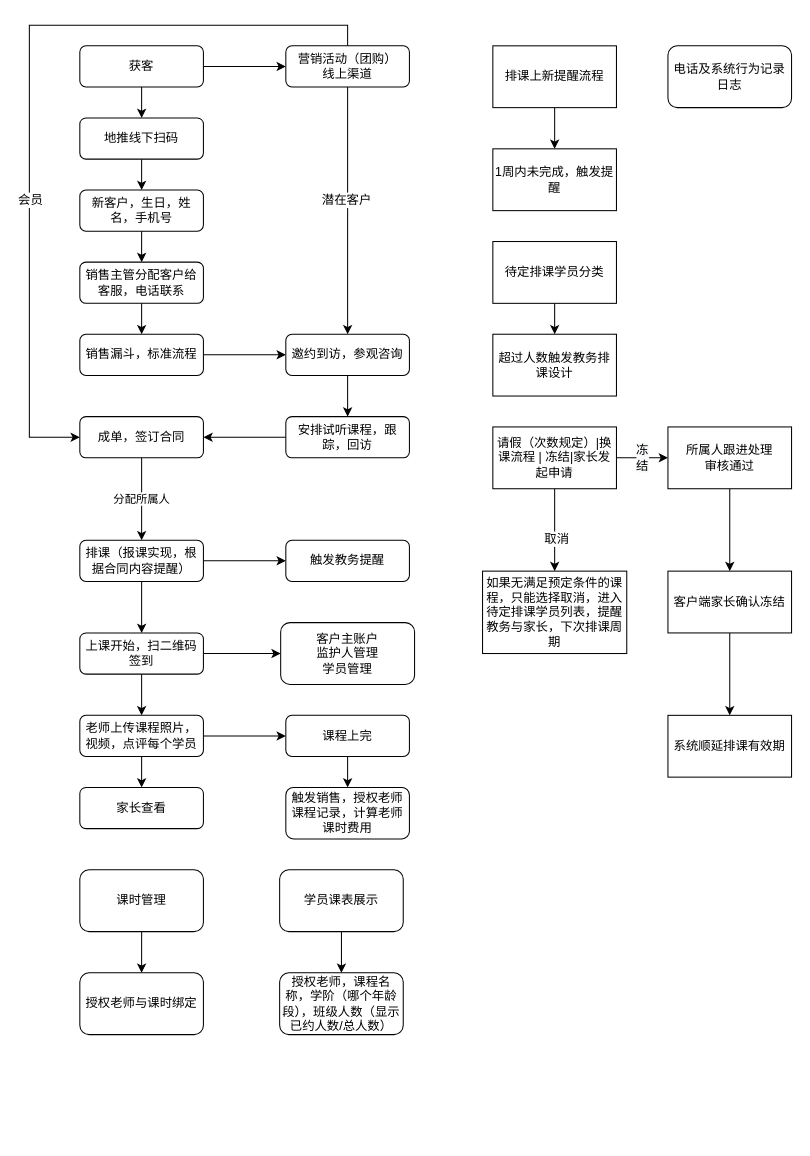
Earlier version of the draw.io diagram 木林_消费者流程.drawio (xiaoxijin/draw). Source tidied: cells renumbered, new cells numbered last; positions are measured from the earlier drawing's top-left corner, leaving out a move shared by most shapes. Both pictures are drawn from the tidied source at 103%, with x=0, y=0 at pixel (29, 25).
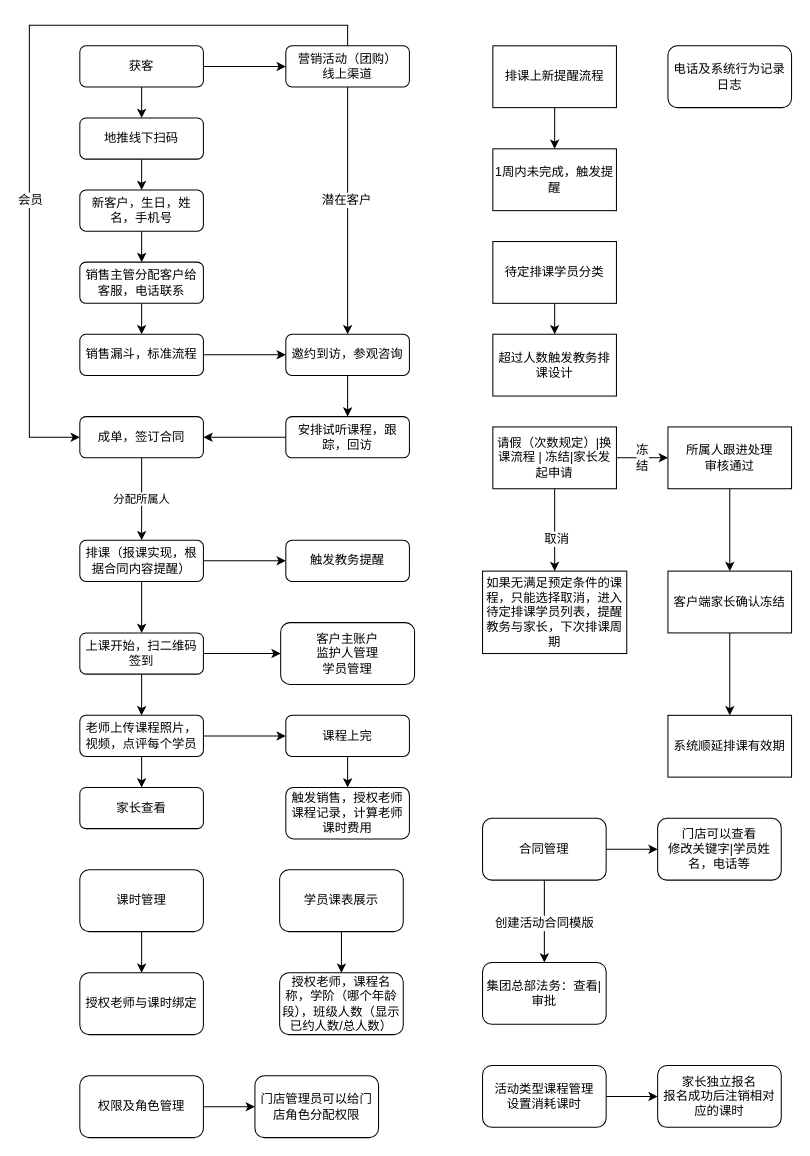
The same page after the edit.

Commit message:
更新木林_消费者流程.drawio

Change to the diagram source:
```diff
@@
+    <mxCell id="63" style="edgeStyle=orthogonalEdgeStyle;rounded=0;jettySize=auto;html=1;" parent="1" edge="1" source="66" target="68">
+      <mxGeometry relative="1" as="geometry" />
+    </mxCell>
+    <mxCell id="64" value="创建活动合同模版" style="text;html=1;align=center;verticalAlign=middle;labelBackgroundColor=#ffffff;" parent="63" vertex="1">
+      <mxGeometry x="0.03" y="-1" relative="1" as="geometry" />
+    </mxCell>
+    <mxCell id="65" style="edgeStyle=orthogonalEdgeStyle;rounded=0;jettySize=auto;html=1;" parent="1" edge="1" source="66" target="67">
+      <mxGeometry relative="1" as="geometry" />
+    </mxCell>
+    <mxCell id="66" value="合同管理" style="rounded=1;whiteSpace=wrap;html=1;" parent="1" vertex="1">
+      <mxGeometry x="440" y="770" width="120" height="60" as="geometry" />
+    </mxCell>
+    <mxCell id="67" value="门店可以查看&lt;br&gt;修改关键字|学员姓名，电话等" style="rounded=1;whiteSpace=wrap;html=1;" parent="1" vertex="1">
+      <mxGeometry x="610" y="770" width="120" height="60" as="geometry" />
+    </mxCell>
+    <mxCell id="68" value="集团总部法务：查看| 审批" style="rounded=1;whiteSpace=wrap;html=1;" parent="1" vertex="1">
+      <mxGeometry x="440" y="910" width="120" height="60" as="geometry" />
+    </mxCell>
+    <mxCell id="69" style="edgeStyle=orthogonalEdgeStyle;rounded=0;jettySize=auto;html=1;" parent="1" edge="1" source="70" target="71">
+      <mxGeometry relative="1" as="geometry" />
+    </mxCell>
+    <mxCell id="70" value="权限及角色管理" style="rounded=1;whiteSpace=wrap;html=1;" parent="1" vertex="1">
+      <mxGeometry x="49" y="1020" width="120" height="60" as="geometry" />
+    </mxCell>
+    <mxCell id="71" value="门店管理员可以给门店角色分配权限" style="rounded=1;whiteSpace=wrap;html=1;" parent="1" vertex="1">
+      <mxGeometry x="219" y="1020" width="120" height="60" as="geometry" />
+    </mxCell>
+    <mxCell id="72" style="edgeStyle=orthogonalEdgeStyle;rounded=0;jettySize=auto;html=1;" parent="1" edge="1" source="73" target="74">
+      <mxGeometry relative="1" as="geometry" />
+    </mxCell>
+    <mxCell id="73" value="活动类型课程管理&lt;br&gt;设置消耗课时" style="rounded=1;whiteSpace=wrap;html=1;" parent="1" vertex="1">
+      <mxGeometry x="440" y="1010" width="120" height="60" as="geometry" />
+    </mxCell>
+    <mxCell id="74" value="家长独立报名&lt;br&gt;报名成功后注销相对应的课时" style="rounded=1;whiteSpace=wrap;html=1;" parent="1" vertex="1">
+      <mxGeometry x="610" y="1010" width="120" height="60" as="geometry" />
+    </mxCell>
```
